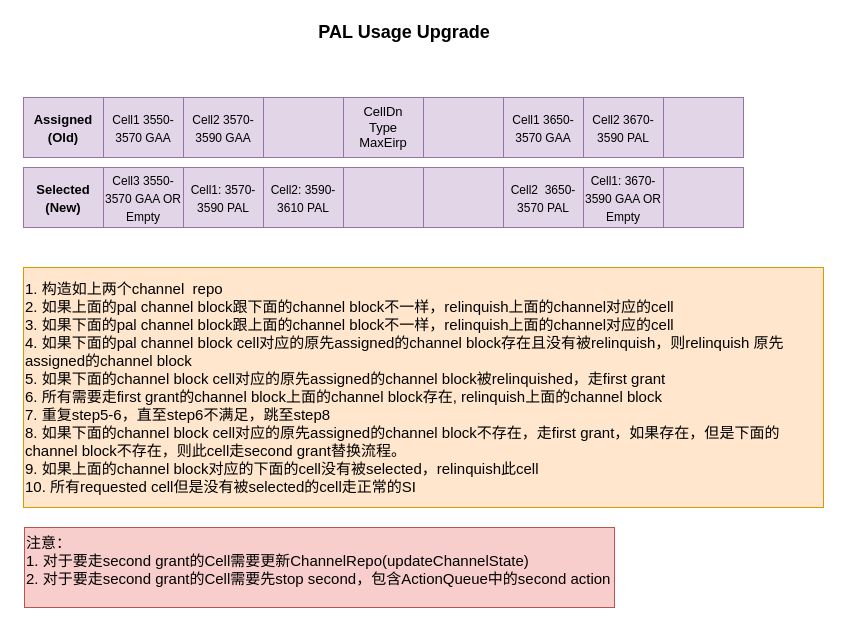
Earlier version of the draw.io diagram Pal_Change_Algorithm.drawio (xdlhzdh/drawio). Source tidied: cells renumbered, new cells numbered last; positions are measured from the earlier drawing's top-left corner, leaving out a move shared by most shapes. Both pictures are drawn from the tidied source at 100%, with x=0, y=0 at pixel (23, 17).
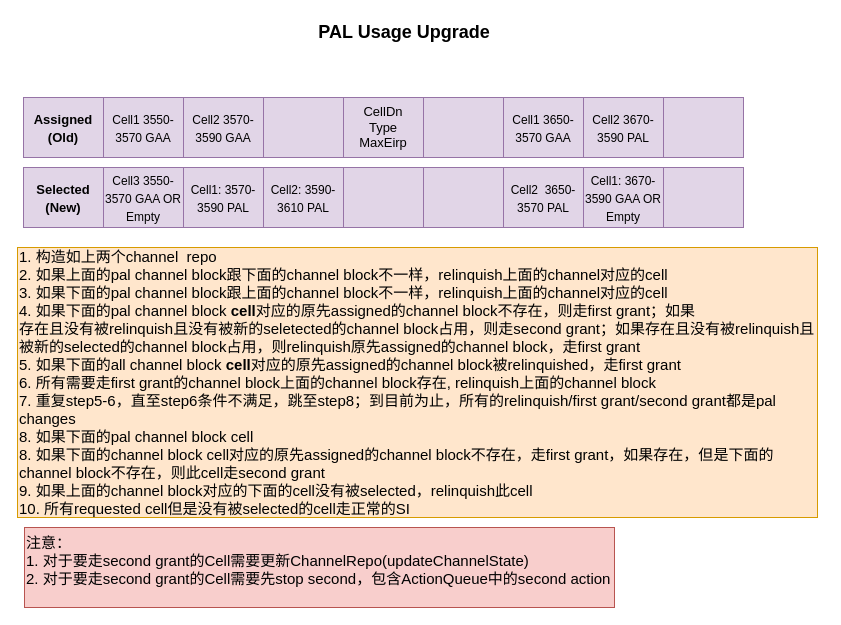
Above is the later version.

Change to the diagram source:
```diff
@@
-    <mxCell id="2" value="1. 构造如上两个channel&amp;nbsp; repo&lt;br&gt;2. 如果上面的pal channel block跟下面的channel block不一样，relinquish上面的channel对应的cell&lt;br&gt;3. 如果下面的pal channel block跟上面的channel block不一样，relinquish上面的channel对应的cell&lt;br&gt;4. 如果下面的pal channel block cell对应的原先assigned的channel block存在且没有被relinquish，则relinquish 原先assigned的channel&amp;nbsp;block&lt;br&gt;5. 如果下面的channel block cell对应的原先assigned的channel block被relinquished，走first grant&amp;nbsp;&lt;br&gt;6. 所有需要走first grant的channel block上面的channel block存在, relinquish上面的channel block&lt;br&gt;7. 重复step5-6，直至step6不满足，跳至step8&lt;br&gt;8. 如果下面的channel block cell对应的原先assigned的channel block不存在，走first grant，如果存在，但是下面的channel block不存在，则此cell走second grant替换流程。&lt;br&gt;9. 如果上面的channel block对应的下面的cell没有被selected，relinquish此cell&lt;br&gt;10. 所有requested cell但是没有被selected的cell走正常的SI" style="rounded=0;whiteSpace=wrap;html=1;align=left;fontSize=15;fillColor=#ffe6cc;strokeColor=#d79b00;" parent="1" vertex="1">
-      <mxGeometry y="250" width="800" height="240" as="geometry" />
+    <mxCell id="2" value="1. 构造如上两个channel&amp;nbsp; repo&lt;br&gt;2. 如果上面的pal channel block跟下面的channel block不一样，relinquish上面的channel对应的cell&lt;br&gt;3. 如果下面的pal channel block跟上面的channel block不一样，relinquish上面的channel对应的cell&lt;br&gt;4. 如果下面的pal channel block &lt;b&gt;cell&lt;/b&gt;对应的原先assigned的channel block不存在，则走first grant；如果&lt;br&gt;存在且没有被relinquish且没有被新的seletected的channel block占用，则走second grant；如果存在且没有被relinquish且被新的selected的channel block占用，则relinquish原先assigned的channel block，走first grant&lt;br&gt;5. 如果下面的all channel block &lt;b&gt;cell&lt;/b&gt;对应的原先assigned的channel block被relinquished，走first grant&amp;nbsp;&lt;br&gt;6. 所有需要走first grant的channel block上面的channel block存在, relinquish上面的channel block&lt;br&gt;7. 重复step5-6，直至step6条件不满足，跳至step8；到目前为止，所有的relinquish/first grant/second grant都是pal changes&lt;br&gt;8. 如果下面的pal channel block cell&lt;br&gt;8. 如果下面的channel block cell对应的原先assigned的channel block不存在，走first grant，如果存在，但是下面的channel block不存在，则此cell走second grant&lt;br&gt;9. 如果上面的channel block对应的下面的cell没有被selected，relinquish此cell&lt;br&gt;10. 所有requested cell但是没有被selected的cell走正常的SI" style="rounded=0;whiteSpace=wrap;html=1;align=left;fontSize=15;fillColor=#ffe6cc;strokeColor=#d79b00;" parent="1" vertex="1">
+      <mxGeometry x="-6" y="230" width="800" height="270" as="geometry" />
     </mxCell>
```
